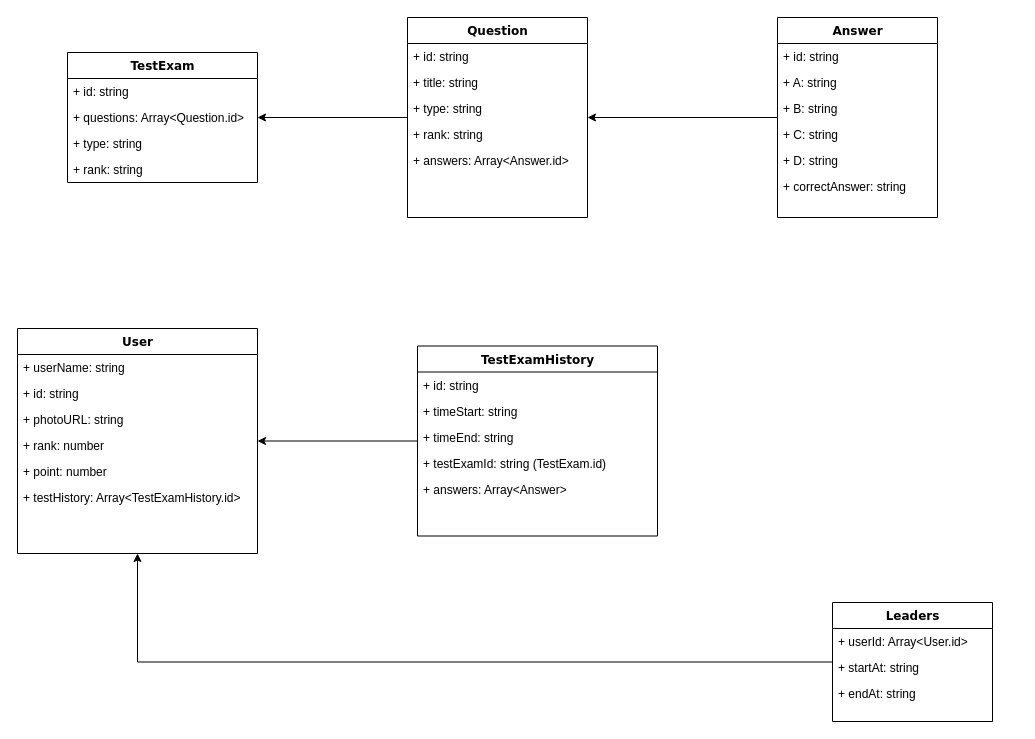
Before: Prototype/Untitled Diagram.drawio in nguyenbinhanltv/EnQ-server, a draw.io diagram. Source tidied: cells renumbered, new cells numbered last; positions are measured from the earlier drawing's top-left corner, leaving out a move shared by most shapes. Both pictures are drawn from the tidied source at 100%, with x=0, y=0 at pixel (17, 17).
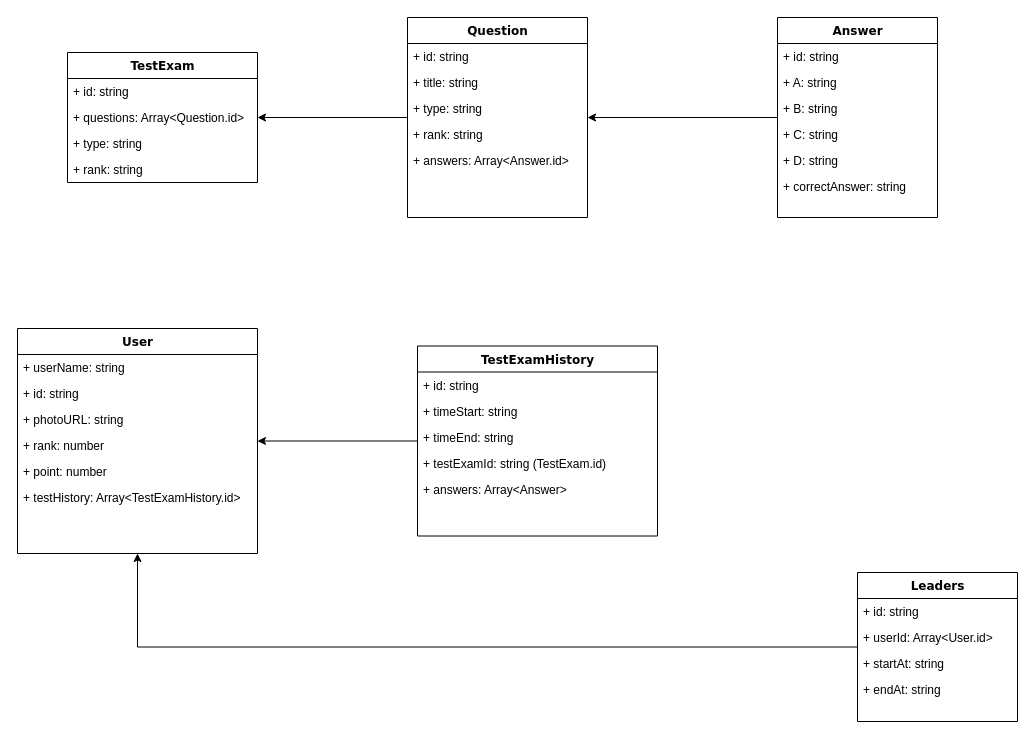
The same page after the edit.

The edit, as a diff of the source:
```diff
@@
     <mxCell id="37" value="Leaders" style="swimlane;html=1;fontStyle=1;align=center;verticalAlign=top;horizontal=1;startSize=26;swimlaneFillColor=#ffffff;rounded=0;shadow=0;comic=0;labelBackgroundColor=none;strokeWidth=1;fillColor=none;fontFamily=Verdana;fontSize=12;" parent="1" vertex="1">
-      <mxGeometry x="815" y="585" width="160" height="119" as="geometry" />
+      <mxGeometry x="840" y="555" width="160" height="149" as="geometry" />
     </mxCell>
+    <mxCell id="40" value="+ id: string" style="text;html=1;strokeColor=none;fillColor=none;align=left;verticalAlign=top;spacingLeft=4;spacingRight=4;whiteSpace=wrap;overflow=hidden;" parent="37" vertex="1">
+      <mxGeometry y="26" width="160" height="26" as="geometry" />
+    </mxCell>
     <mxCell id="38" value="+ userId: Array&amp;lt;User.id&amp;gt;" style="text;html=1;strokeColor=none;fillColor=none;align=left;verticalAlign=top;spacingLeft=4;spacingRight=4;whiteSpace=wrap;overflow=hidden;" parent="37" vertex="1">
-      <mxGeometry y="26" width="160" height="26" as="geometry" />
+      <mxGeometry y="52" width="160" height="26" as="geometry" />
     </mxCell>
     <mxCell id="39" value="+ startAt: string" style="text;html=1;strokeColor=none;fillColor=none;align=left;verticalAlign=top;spacingLeft=4;spacingRight=4;whiteSpace=wrap;overflow=hidden;" parent="37" vertex="1">
-      <mxGeometry y="52" width="160" height="26" as="geometry" />
+      <mxGeometry y="78" width="160" height="26" as="geometry" />
     </mxCell>
-    <mxCell id="40" value="+ endAt: string" style="text;html=1;strokeColor=none;fillColor=none;align=left;verticalAlign=top;spacingLeft=4;spacingRight=4;whiteSpace=wrap;overflow=hidden;" parent="37" vertex="1">
-      <mxGeometry y="78" width="160" height="26" as="geometry" />
-    </mxCell>
+    <mxCell id="41" value="+ endAt: string" style="text;html=1;strokeColor=none;fillColor=none;align=left;verticalAlign=top;spacingLeft=4;spacingRight=4;whiteSpace=wrap;overflow=hidden;" parent="37" vertex="1">
+      <mxGeometry y="104" width="160" height="26" as="geometry" />
+    </mxCell>
```
